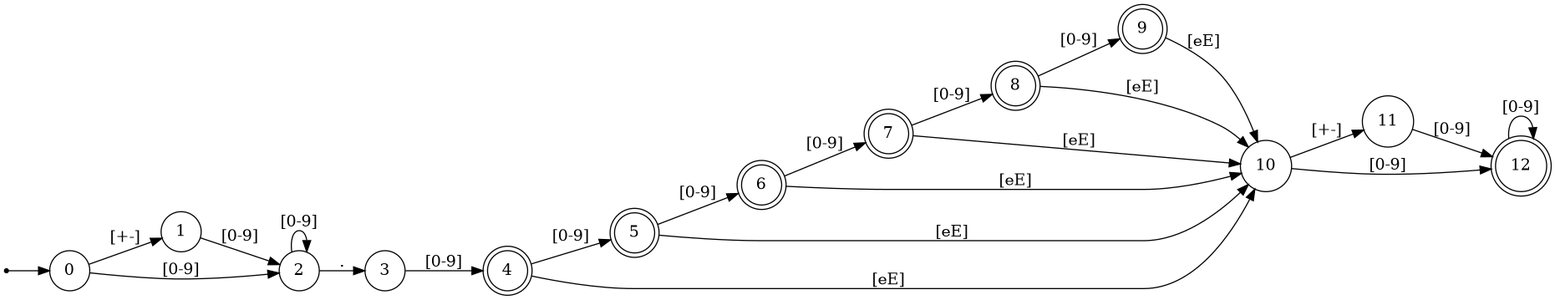
Above: nfa_output/floating_point_literal.png in M-Shaffan-Ahmad/CompilerConstruction (Graphviz), before the change. Its source is kept beside it as nfa_output/floating_point_literal.dot.
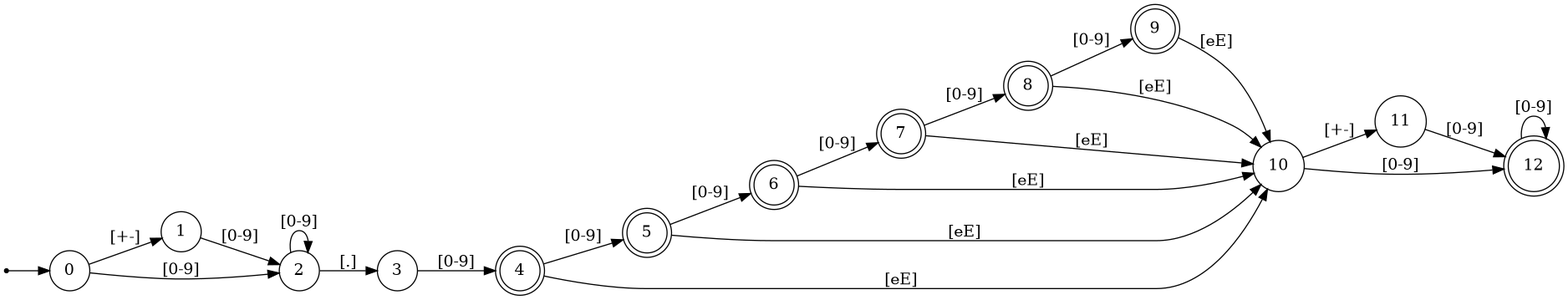
After the change.

Change to the diagram source:
```diff
@@ -20,7 +20,7 @@
   q0 -> q2 [label="[0-9]"];
   q1 -> q2 [label="[0-9]"];
   q2 -> q2 [label="[0-9]"];
-  q2 -> q3 [label="."];
+  q2 -> q3 [label="[.]"];
   q3 -> q4 [label="[0-9]"];
   q4 -> q5 [label="[0-9]"];
   q4 -> q10 [label="[eE]"];
```
